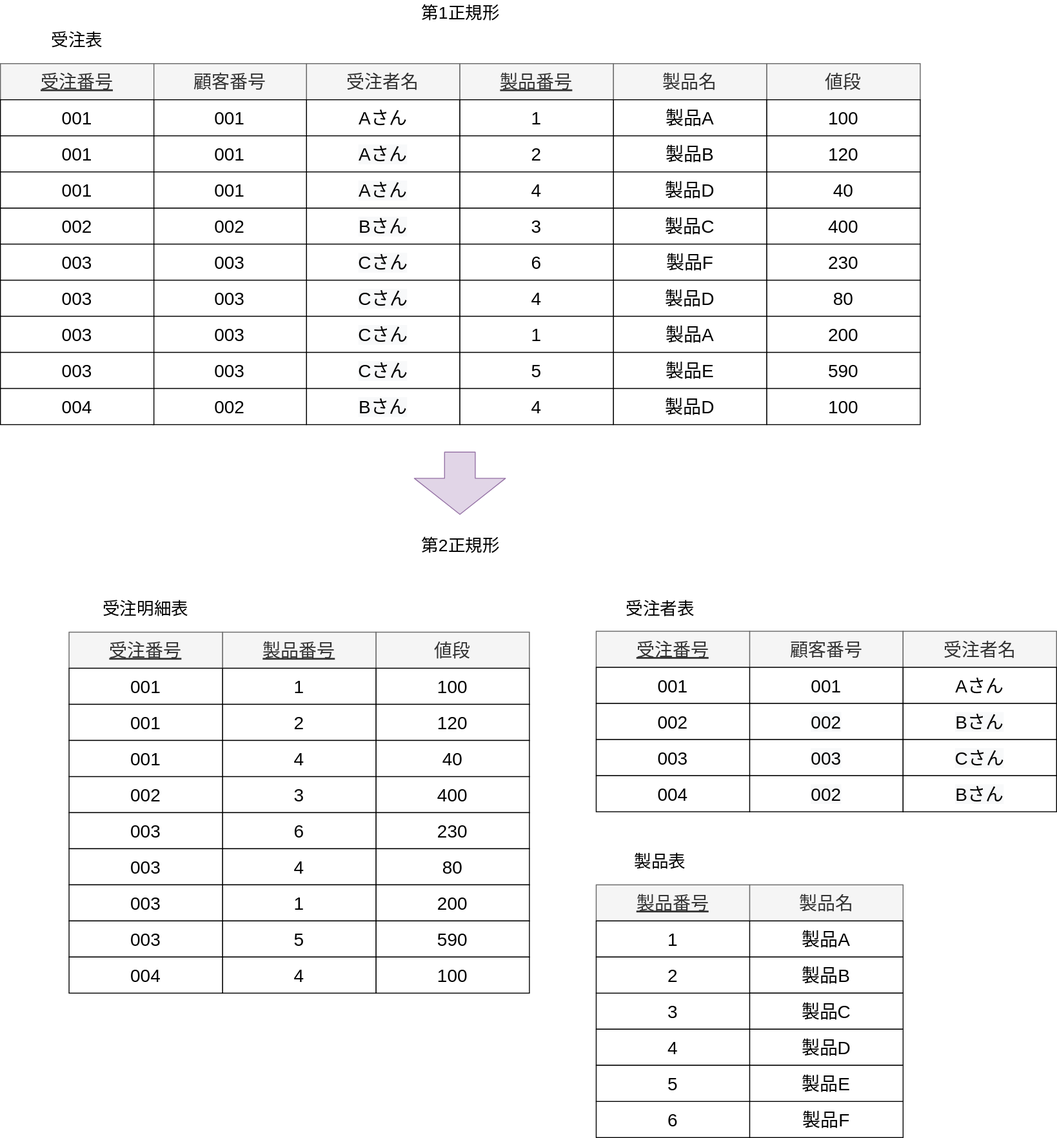
Earlier version of the draw.io export static/img/svg/Database/normalization/normalization-2.drawio.svg (koseki2580/study-docs). Source tidied: cells renumbered, new cells last; positions are measured from the earlier drawing's top-left corner, leaving out a move shared by most shapes.
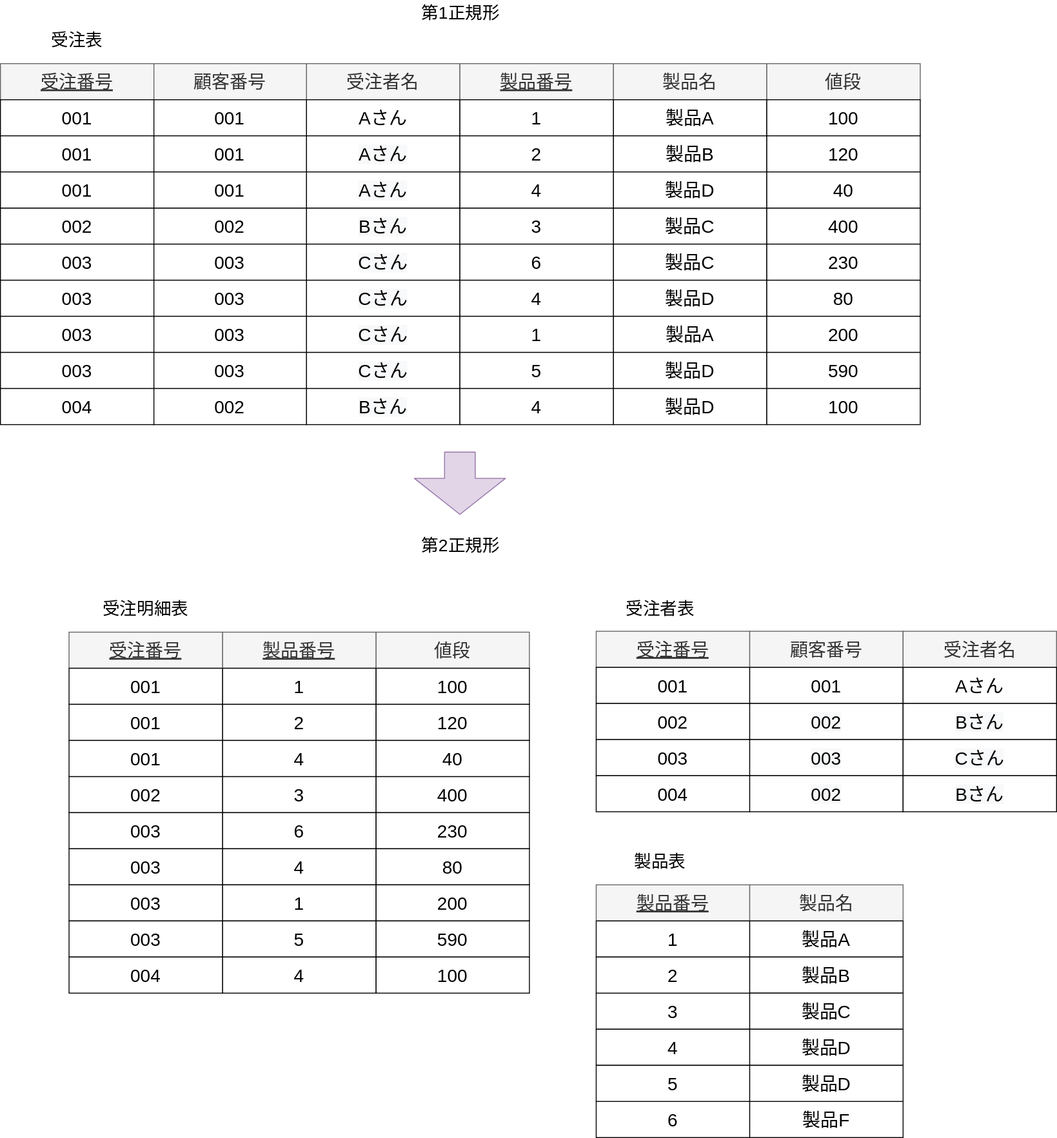
Later version of the same file.

Diff of the diagram source:
```diff
@@ -47,7 +47,7 @@
     <mxCell id="15" value="&lt;meta charset=&quot;utf-8&quot;&gt;&lt;span style=&quot;color: rgb(0, 0, 0); font-family: helvetica; font-size: 20px; font-style: normal; font-weight: 400; letter-spacing: normal; text-align: center; text-indent: 0px; text-transform: none; word-spacing: 0px; background-color: rgb(248, 249, 250); display: inline; float: none;&quot;&gt;Cさん&lt;/span&gt;" style="rounded=0;whiteSpace=wrap;html=1;fontSize=20;" parent="1" vertex="1">
       <mxGeometry x="339" y="270" width="170" height="40" as="geometry" />
     </mxCell>
-    <mxCell id="16" value="製品F" style="rounded=0;whiteSpace=wrap;html=1;fontSize=20;" parent="1" vertex="1">
+    <mxCell id="16" value="製品C" style="rounded=0;whiteSpace=wrap;html=1;fontSize=20;" parent="1" vertex="1">
       <mxGeometry x="679" y="270" width="170" height="40" as="geometry" />
     </mxCell>
     <mxCell id="17" value="230" style="rounded=0;whiteSpace=wrap;html=1;fontSize=20;" parent="1" vertex="1">
@@ -83,7 +83,7 @@
     <mxCell id="27" value="&lt;meta charset=&quot;utf-8&quot;&gt;&lt;span style=&quot;color: rgb(0, 0, 0); font-family: helvetica; font-size: 20px; font-style: normal; font-weight: 400; letter-spacing: normal; text-align: center; text-indent: 0px; text-transform: none; word-spacing: 0px; background-color: rgb(248, 249, 250); display: inline; float: none;&quot;&gt;Aさん&lt;/span&gt;" style="rounded=0;whiteSpace=wrap;html=1;fontSize=20;" parent="1" vertex="1">
       <mxGeometry x="339" y="190" width="170" height="40" as="geometry" />
     </mxCell>
-    <mxCell id="28" value="製品E" style="rounded=0;whiteSpace=wrap;html=1;fontSize=20;" parent="1" vertex="1">
+    <mxCell id="28" value="製品D" style="rounded=0;whiteSpace=wrap;html=1;fontSize=20;" parent="1" vertex="1">
       <mxGeometry x="679" y="390" width="170" height="40" as="geometry" />
     </mxCell>
     <mxCell id="29" value="590" style="rounded=0;whiteSpace=wrap;html=1;fontSize=20;" parent="1" vertex="1">
@@ -311,7 +311,7 @@
     <mxCell id="103" value="製品D" style="rounded=0;whiteSpace=wrap;html=1;fontSize=20;" parent="1" vertex="1">
       <mxGeometry x="830" y="1140" width="170" height="40" as="geometry" />
     </mxCell>
-    <mxCell id="104" value="製品E" style="rounded=0;whiteSpace=wrap;html=1;fontSize=20;" parent="1" vertex="1">
+    <mxCell id="104" value="製品D" style="rounded=0;whiteSpace=wrap;html=1;fontSize=20;" parent="1" vertex="1">
       <mxGeometry x="830" y="1180" width="170" height="40" as="geometry" />
     </mxCell>
     <mxCell id="105" value="製品番号" style="rounded=0;whiteSpace=wrap;html=1;fontSize=20;fillColor=#f5f5f5;fontColor=#333333;strokeColor=#666666;fontStyle=4;" parent="1" vertex="1">
```
